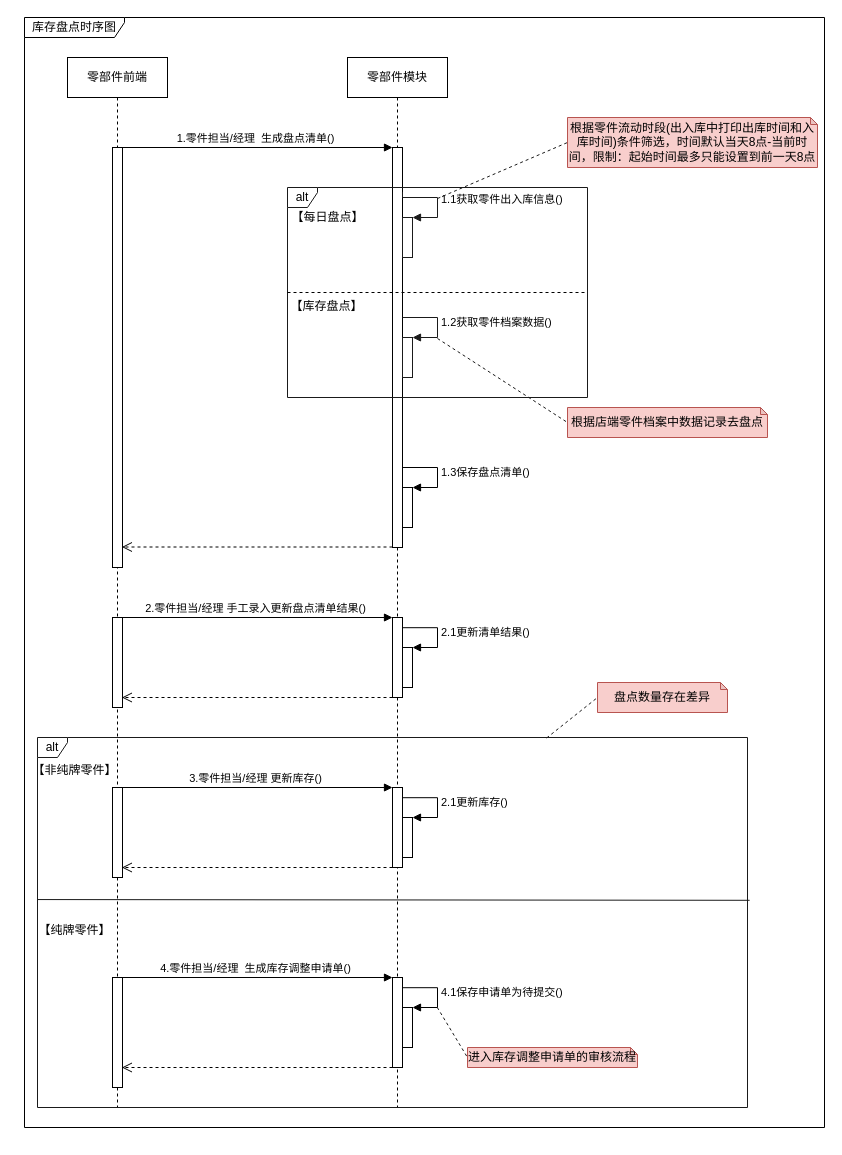
This is page "时序图" (1 of 6) of 库存管理-库存盘点.drawio from 1132489442/gitRepository1, a draw.io file, before an edit. Source tidied: cells renumbered, new cells numbered last; positions are measured from the earlier drawing's top-left corner, leaving out a move shared by most shapes. Both pictures are drawn from the tidied source at 100%, with x=0, y=0 at pixel (24, 17).
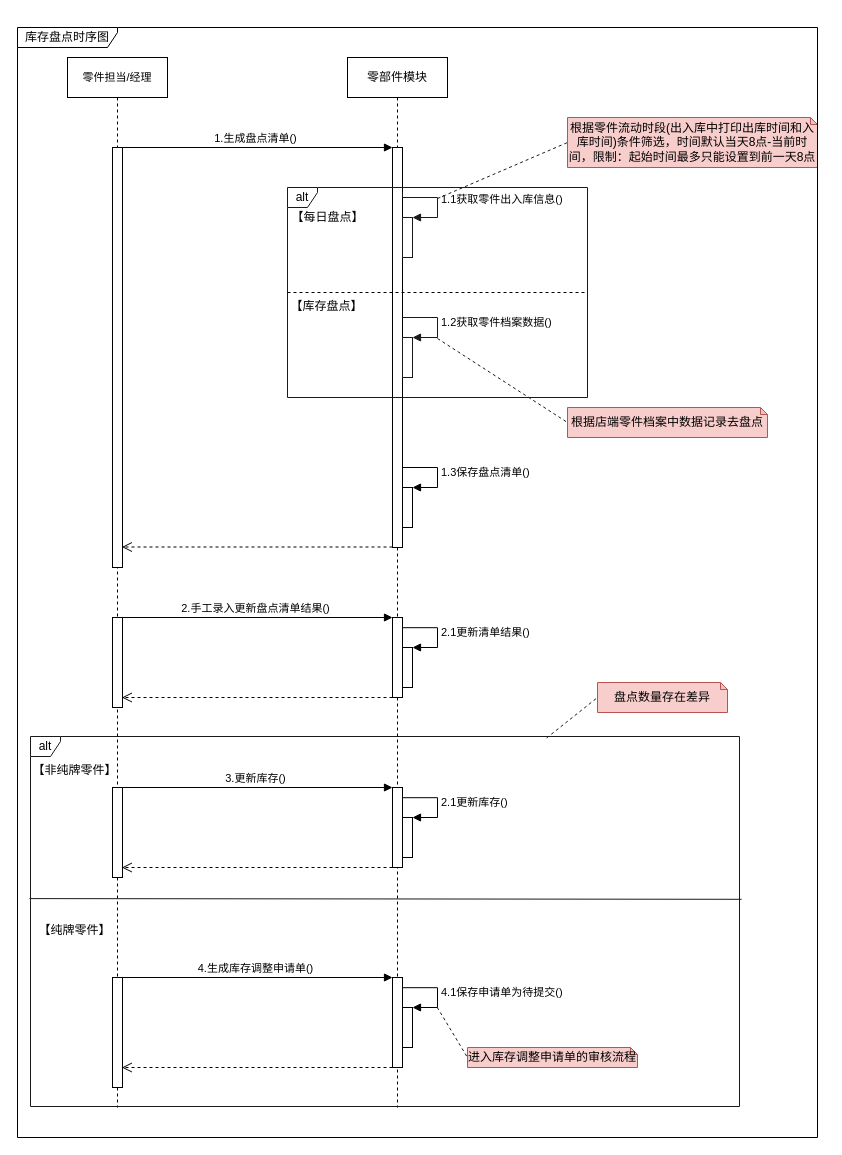
Above is the later version.

The change refers to these unchanged cells:
```xml
<mxCell id="6" style="html=1;points=[];perimeter=orthogonalPerimeter;" parent="5" vertex="1">
  <mxGeometry x="45" y="90" width="10" height="400" as="geometry" />
</mxCell>
```

The edit, as a diff of the source:
```diff
@@
-    <mxCell id="2" value="零部件前端" style="shape=umlLifeline;perimeter=lifelinePerimeter;whiteSpace=wrap;html=1;" parent="1" vertex="1">
+    <mxCell id="2" value="&lt;span style=&quot;font-size: 11px ; background-color: rgb(255 , 255 , 255)&quot;&gt;零件担当/经理&lt;/span&gt;" style="shape=umlLifeline;perimeter=lifelinePerimeter;whiteSpace=wrap;html=1;" parent="1" vertex="1">
       <mxGeometry x="43" y="40" width="100" height="1050" as="geometry" />
     </mxCell>
@@
-    <mxCell id="12" value="1.零件担当/经理&amp;nbsp; 生成盘点清单()" style="html=1;verticalAlign=bottom;endArrow=block;entryX=0;entryY=0;rounded=0;" parent="1" edge="1" target="6">
+    <mxCell id="12" value="1.生成盘点清单()" style="html=1;verticalAlign=bottom;endArrow=block;entryX=0;entryY=0;rounded=0;" parent="1" edge="1" target="6">
       <mxGeometry relative="1" as="geometry">
         <mxPoint x="93" y="130" as="sourcePoint" />
       </mxGeometry>
     </mxCell>
@@
-    <mxCell id="14" value="2.零件担当/经理 手工录入更新盘点清单结果()" style="html=1;verticalAlign=bottom;endArrow=block;entryX=0;entryY=0;rounded=0;" parent="1" edge="1">
+    <mxCell id="14" value="2.手工录入更新盘点清单结果()" style="html=1;verticalAlign=bottom;endArrow=block;entryX=0;entryY=0;rounded=0;" parent="1" edge="1">
       <mxGeometry relative="1" as="geometry">
         <mxPoint x="93" y="600" as="sourcePoint" />
         <mxPoint x="368" y="600" as="targetPoint" />
       </mxGeometry>
     </mxCell>
@@
     <mxCell id="20" value="库存盘点时序图" style="shape=umlFrame;whiteSpace=wrap;html=1;fillColor=#FFFFFF;width=100;height=20;" parent="1" vertex="1">
-      <mxGeometry width="800" height="1110" as="geometry" />
+      <mxGeometry x="-7" y="10" width="800" height="1110" as="geometry" />
     </mxCell>
@@
-    <mxCell id="31" value="3.零件担当/经理 更新库存()" style="html=1;verticalAlign=bottom;endArrow=block;entryX=0;entryY=0;rounded=0;" parent="1" edge="1">
+    <mxCell id="31" value="3.更新库存()" style="html=1;verticalAlign=bottom;endArrow=block;entryX=0;entryY=0;rounded=0;" parent="1" edge="1">
       <mxGeometry relative="1" as="geometry">
         <mxPoint x="93" y="770" as="sourcePoint" />
         <mxPoint x="368" y="770" as="targetPoint" />
       </mxGeometry>
     </mxCell>
@@
-    <mxCell id="39" value="4.零件担当/经理&amp;nbsp; 生成库存调整申请单()" style="html=1;verticalAlign=bottom;endArrow=block;entryX=0;entryY=0;rounded=0;" parent="1" edge="1">
+    <mxCell id="39" value="4.生成库存调整申请单()" style="html=1;verticalAlign=bottom;endArrow=block;entryX=0;entryY=0;rounded=0;" parent="1" edge="1">
       <mxGeometry relative="1" as="geometry">
         <mxPoint x="93" y="960" as="sourcePoint" />
         <mxPoint x="368" y="960" as="targetPoint" />
       </mxGeometry>
     </mxCell>
@@
+    <mxCell id="48" style="endArrow=none;html=1;rounded=0;endSize=8;targetPerimeterSpacing=-1;strokeColor=#1A1A1A;exitX=0;exitY=0.438;exitDx=0;exitDy=0;exitPerimeter=0;entryX=1.003;entryY=0.44;entryDx=0;entryDy=0;entryPerimeter=0;" parent="1" edge="1">
+      <mxGeometry relative="1" as="geometry">
+        <mxPoint x="5" y="881.1" as="sourcePoint" />
+        <mxPoint x="717.1" y="881.8" as="targetPoint" />
+      </mxGeometry>
+    </mxCell>
     <mxCell id="47" value="alt" style="shape=umlFrame;whiteSpace=wrap;html=1;strokeColor=#1A1A1A;fillColor=#FFFFFF;width=30;height=20;" parent="1" vertex="1">
-      <mxGeometry x="13" y="720" width="710" height="370" as="geometry" />
+      <mxGeometry x="6" y="719" width="709" height="370" as="geometry" />
     </mxCell>
-    <mxCell id="48" style="endArrow=none;html=1;rounded=0;endSize=8;targetPerimeterSpacing=-1;strokeColor=#1A1A1A;exitX=0;exitY=0.438;exitDx=0;exitDy=0;exitPerimeter=0;entryX=1.003;entryY=0.44;entryDx=0;entryDy=0;entryPerimeter=0;" parent="1" edge="1" source="47" target="47">
-      <mxGeometry relative="1" as="geometry" />
-    </mxCell>
```
